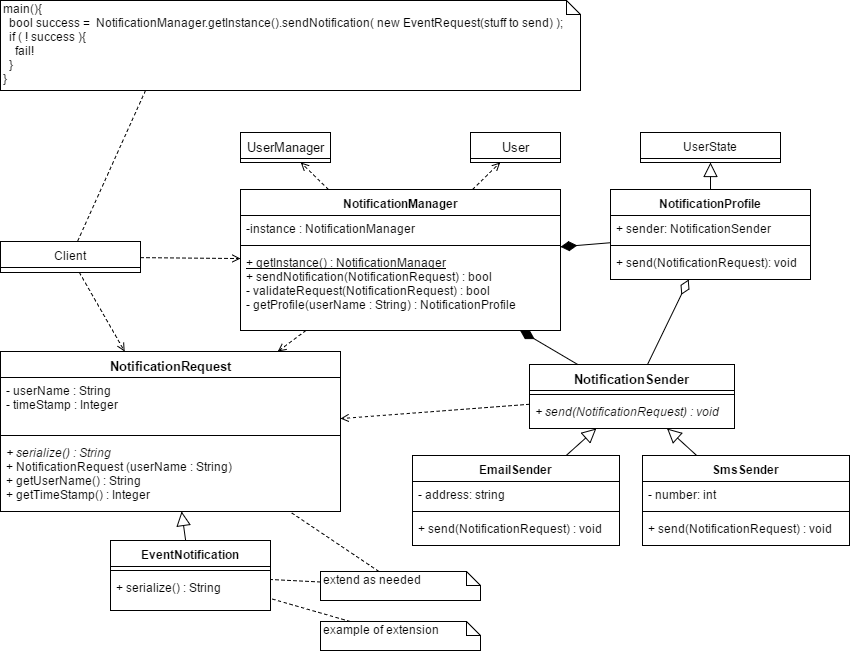
Above: resources/images/notification-class-diagram.png in Quin10/COS_301_PHASE_2_TCL (draw.io), before the change. Source tidied: cells renumbered, new cells last; positions are measured from the earlier drawing's top-left corner, leaving out a move shared by most shapes.
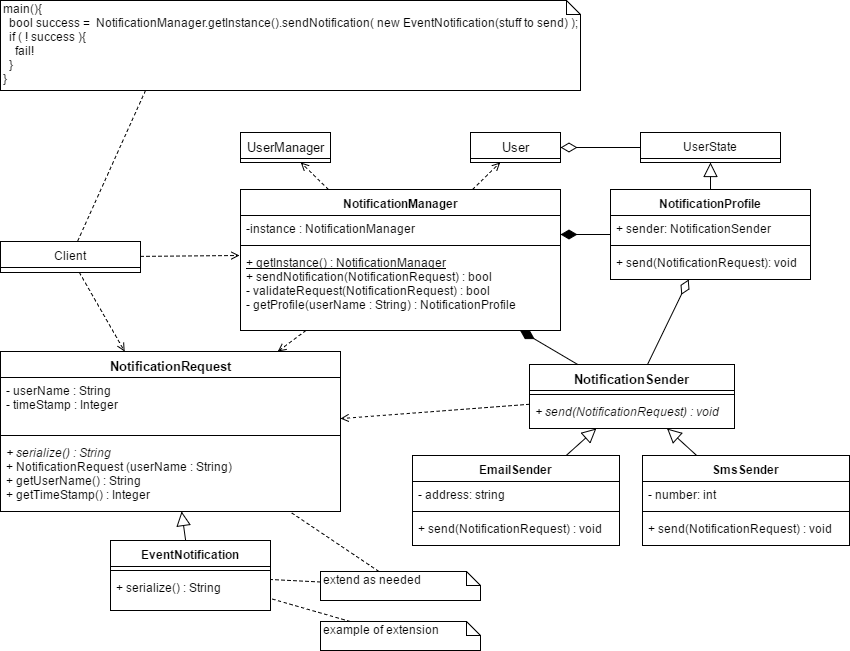
After the change.

Commit message:
Notification system progress

Diff of the diagram source:
```diff
@@ -47,7 +47,7 @@
     <mxCell id="16" value="UserState" style="swimlane;html=1;fontStyle=0;horizontal=1;startSize=26;fillColor=none;swimlaneFillColor=#ffffff;" parent="1" vertex="1">
       <mxGeometry x="640" y="132" width="140" height="30" as="geometry" />
     </mxCell>
-    <mxCell id="17" style="endArrow=none;html=1;fontSize=13;startArrow=diamondThin;startFill=1;targetPerimeterSpacing=0;endSize=6;startSize=14;endFill=0;" parent="1" edge="1" source="40" target="18">
+    <mxCell id="17" style="endArrow=none;html=1;fontSize=13;startArrow=diamondThin;startFill=1;targetPerimeterSpacing=0;endSize=6;startSize=14;endFill=0;exitX=1;exitY=0.731;exitPerimeter=0;" parent="1" edge="1" source="41" target="18">
       <mxGeometry relative="1" as="geometry" />
     </mxCell>
     <mxCell id="18" value="NotificationProfile" style="swimlane;html=1;fontStyle=1;align=center;verticalAlign=top;horizontal=1;startSize=26;swimlaneFillColor=#ffffff;" parent="1" vertex="1">
@@ -104,13 +104,13 @@
     <mxCell id="35" value="Client" style="swimlane;html=1;fontStyle=0;horizontal=1;startSize=26;fillColor=none;swimlaneFillColor=#ffffff;" parent="1" vertex="1">
       <mxGeometry y="241" width="140" height="31" as="geometry" />
     </mxCell>
-    <mxCell id="36" style="endArrow=open;html=1;fontSize=13;dashed=1;endFill=0;" parent="1" edge="1" source="35" target="40">
+    <mxCell id="36" style="endArrow=open;html=1;fontSize=13;dashed=1;endFill=0;entryX=-0.002;entryY=0.079;entryPerimeter=0;" parent="1" edge="1" source="35" target="43">
       <mxGeometry relative="1" as="geometry" />
     </mxCell>
     <mxCell id="37" style="endArrow=open;html=1;fontSize=13;dashed=1;endFill=0;" parent="1" edge="1" source="35" target="3">
       <mxGeometry relative="1" as="geometry" />
     </mxCell>
-    <mxCell id="38" value="main(){&lt;br&gt;&amp;nbsp; bool success =&amp;nbsp; NotificationManager.getInstance().&lt;span&gt;sendNotification( new &lt;/span&gt;EventRequest(stuff to send) );&lt;br&gt;&amp;nbsp; if ( ! success ){&lt;br&gt;&amp;nbsp;&amp;nbsp;&amp;nbsp; fail!&lt;br&gt;&amp;nbsp; }&lt;br&gt;}" style="shape=note;whiteSpace=wrap;html=1;size=14;verticalAlign=top;align=left;spacingTop=-6;" parent="1" vertex="1">
+    <mxCell id="38" value="main(){&lt;br&gt;&amp;nbsp; bool success =&amp;nbsp; NotificationManager.getInstance().&lt;span&gt;sendNotification( new&amp;nbsp;&lt;/span&gt;&lt;span&gt;EventNotification&lt;/span&gt;(stuff to send) );&lt;br&gt;&amp;nbsp; if ( ! success ){&lt;br&gt;&amp;nbsp;&amp;nbsp;&amp;nbsp; fail!&lt;br&gt;&amp;nbsp; }&lt;br&gt;}" style="shape=note;whiteSpace=wrap;html=1;size=14;verticalAlign=top;align=left;spacingTop=-6;" parent="1" vertex="1">
       <mxGeometry width="580" height="90" as="geometry" />
     </mxCell>
     <mxCell id="39" style="endArrow=none;html=1;dashed=1;endFill=0;exitX=0.25;exitY=1;" parent="1" edge="1" source="38" target="35">
@@ -155,5 +155,8 @@
     <mxCell id="52" style="endArrow=block;html=1;fontSize=13;endFill=0;endSize=12;" parent="1" edge="1" source="48" target="8">
       <mxGeometry relative="1" as="geometry" />
     </mxCell>
+    <mxCell id="53" style="endArrow=none;html=1;fontSize=13;startArrow=diamondThin;startFill=0;targetPerimeterSpacing=0;endSize=6;startSize=14;endFill=0;" parent="1" edge="1" source="12" target="16">
+      <mxGeometry relative="1" as="geometry" />
+    </mxCell>
   </root>
 </mxGraphModel>
```
